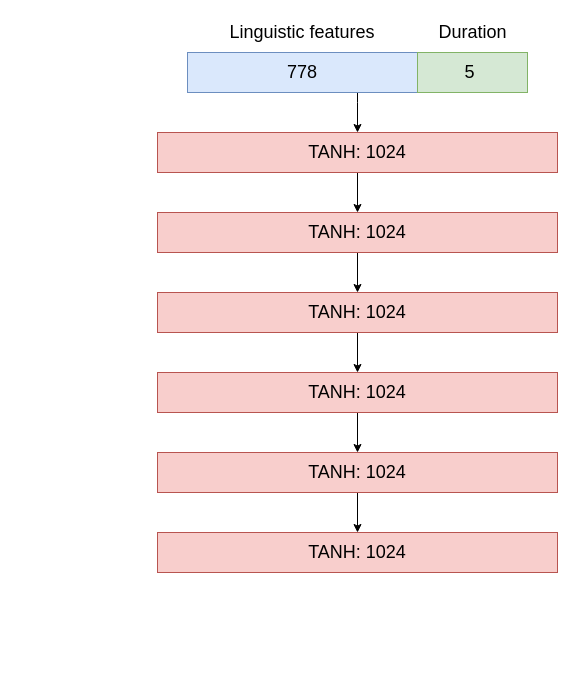
Above: image/acoustic.drawio in trungkien110298/thesis (draw.io), before the change. Source tidied: cells renumbered, new cells numbered last; positions are measured from the earlier drawing's top-left corner, leaving out a move shared by most shapes. Both pictures are drawn from the tidied source at 100%, with x=0, y=0 at pixel (157, 17).
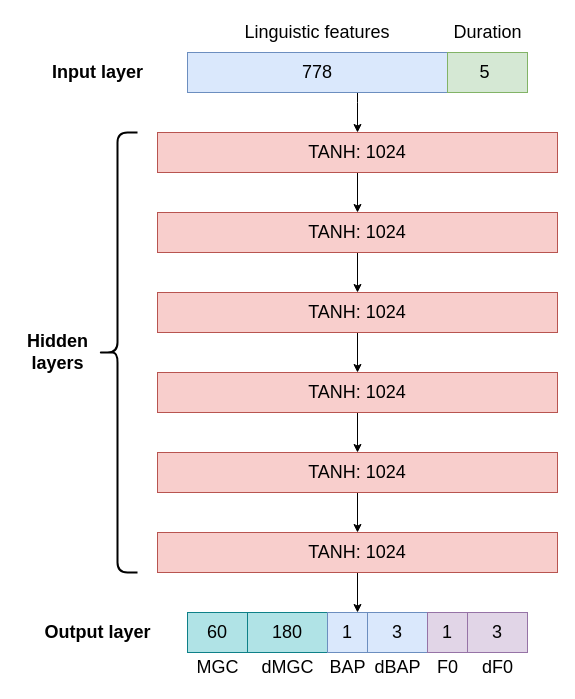
The same page after the edit.

The change refers to these unchanged cells:
```xml
<mxCell id="14" value="TANH: 1024" style="rounded=0;whiteSpace=wrap;html=1;rotation=0;fillColor=#f8cecc;strokeColor=#b85450;fontSize=18;" parent="1" vertex="1">
  <mxGeometry y="515" width="400" height="40" as="geometry" />
</mxCell>
```

Diff of the diagram source:
```diff
@@
     <mxCell id="3" value="778" style="rounded=0;whiteSpace=wrap;html=1;rotation=0;fillColor=#dae8fc;strokeColor=#6c8ebf;fontSize=18;" parent="1" vertex="1">
-      <mxGeometry x="30" y="35" width="230" height="40" as="geometry" />
+      <mxGeometry x="30" y="35" width="260" height="40" as="geometry" />
     </mxCell>
@@
+    <mxCell id="18" style="edgeStyle=orthogonalEdgeStyle;rounded=0;jettySize=auto;html=1;entryX=0.75;entryY=0;entryDx=0;entryDy=0;fontSize=18;" parent="1" edge="1" source="14" target="23">
+      <mxGeometry relative="1" as="geometry" />
+    </mxCell>
@@
     <mxCell id="15" value="Linguistic features&lt;br&gt;" style="text;html=1;strokeColor=none;fillColor=none;align=center;verticalAlign=middle;whiteSpace=wrap;rounded=0;fontSize=18;" parent="1" vertex="1">
-      <mxGeometry x="55" y="5" width="180" height="20" as="geometry" />
+      <mxGeometry x="70" y="5" width="180" height="20" as="geometry" />
     </mxCell>
     <mxCell id="16" value="5&amp;nbsp;" style="rounded=0;whiteSpace=wrap;html=1;rotation=0;fillColor=#d5e8d4;strokeColor=#82b366;fontSize=18;" parent="1" vertex="1">
-      <mxGeometry x="260" y="35" width="110" height="40" as="geometry" />
+      <mxGeometry x="290" y="35" width="80" height="40" as="geometry" />
     </mxCell>
     <mxCell id="17" value="Duration" style="text;html=1;align=center;verticalAlign=middle;fontSize=18;" parent="1" vertex="1">
-      <mxGeometry x="275" width="80" height="30" as="geometry" />
+      <mxGeometry x="290" width="80" height="30" as="geometry" />
     </mxCell>
+    <mxCell id="19" value="60" style="rounded=0;whiteSpace=wrap;html=1;rotation=0;fillColor=#b0e3e6;strokeColor=#0e8088;fontSize=18;" parent="1" vertex="1">
+      <mxGeometry x="30" y="595" width="60" height="40" as="geometry" />
+    </mxCell>
+    <mxCell id="20" value="MGC" style="text;html=1;align=center;verticalAlign=middle;fontSize=18;" parent="1" vertex="1">
+      <mxGeometry x="30" y="635" width="60" height="30" as="geometry" />
+    </mxCell>
+    <mxCell id="21" value="180" style="rounded=0;whiteSpace=wrap;html=1;rotation=0;fillColor=#b0e3e6;strokeColor=#0e8088;fontSize=18;" parent="1" vertex="1">
+      <mxGeometry x="90" y="595" width="80" height="40" as="geometry" />
+    </mxCell>
+    <mxCell id="22" value="dMGC" style="text;html=1;align=center;verticalAlign=middle;fontSize=18;" parent="1" vertex="1">
+      <mxGeometry x="95" y="635" width="70" height="30" as="geometry" />
+    </mxCell>
+    <mxCell id="23" value="1" style="rounded=0;whiteSpace=wrap;html=1;rotation=0;fillColor=#dae8fc;strokeColor=#6c8ebf;fontSize=18;" parent="1" vertex="1">
+      <mxGeometry x="170" y="595" width="40" height="40" as="geometry" />
+    </mxCell>
+    <mxCell id="24" value="3" style="rounded=0;whiteSpace=wrap;html=1;rotation=0;fillColor=#dae8fc;strokeColor=#6c8ebf;fontSize=18;" parent="1" vertex="1">
+      <mxGeometry x="210" y="595" width="60" height="40" as="geometry" />
+    </mxCell>
+    <mxCell id="25" value="BAP" style="text;html=1;align=center;verticalAlign=middle;fontSize=18;" parent="1" vertex="1">
+      <mxGeometry x="165" y="635" width="50" height="30" as="geometry" />
+    </mxCell>
+    <mxCell id="26" value="dBAP" style="text;html=1;align=center;verticalAlign=middle;fontSize=18;" parent="1" vertex="1">
+      <mxGeometry x="210" y="635" width="60" height="30" as="geometry" />
+    </mxCell>
+    <mxCell id="27" value="1" style="rounded=0;whiteSpace=wrap;html=1;rotation=0;fillColor=#e1d5e7;strokeColor=#9673a6;fontSize=18;" parent="1" vertex="1">
+      <mxGeometry x="270" y="595" width="40" height="40" as="geometry" />
+    </mxCell>
+    <mxCell id="28" value="3" style="rounded=0;whiteSpace=wrap;html=1;rotation=0;fillColor=#e1d5e7;strokeColor=#9673a6;fontSize=18;" parent="1" vertex="1">
+      <mxGeometry x="310" y="595" width="60" height="40" as="geometry" />
+    </mxCell>
+    <mxCell id="29" value="F0" style="text;html=1;align=center;verticalAlign=middle;fontSize=18;" parent="1" vertex="1">
+      <mxGeometry x="270" y="635" width="40" height="30" as="geometry" />
+    </mxCell>
+    <mxCell id="30" value="dF0" style="text;html=1;align=center;verticalAlign=middle;fontSize=18;" parent="1" vertex="1">
+      <mxGeometry x="315" y="635" width="50" height="30" as="geometry" />
+    </mxCell>
+    <mxCell id="31" style="shape=curlyBracket;whiteSpace=wrap;html=1;rounded=1;fontSize=18;strokeWidth=2;" parent="1" vertex="1">
+      <mxGeometry x="-60" y="115" width="40" height="440" as="geometry" />
+    </mxCell>
+    <mxCell id="32" value="Hidden&lt;br&gt;layers" style="text;html=1;align=center;verticalAlign=middle;fontSize=18;fontStyle=1;" parent="1" vertex="1">
+      <mxGeometry x="-140" y="310" width="80" height="50" as="geometry" />
+    </mxCell>
+    <mxCell id="33" value="Input layer" style="text;html=1;align=center;verticalAlign=middle;fontSize=18;fontStyle=1;" parent="1" vertex="1">
+      <mxGeometry x="-115" y="40" width="110" height="30" as="geometry" />
+    </mxCell>
+    <mxCell id="34" value="Output layer" style="text;html=1;align=center;verticalAlign=middle;fontSize=18;fontStyle=1;" parent="1" vertex="1">
+      <mxGeometry x="-120" y="600" width="120" height="30" as="geometry" />
+    </mxCell>
```
